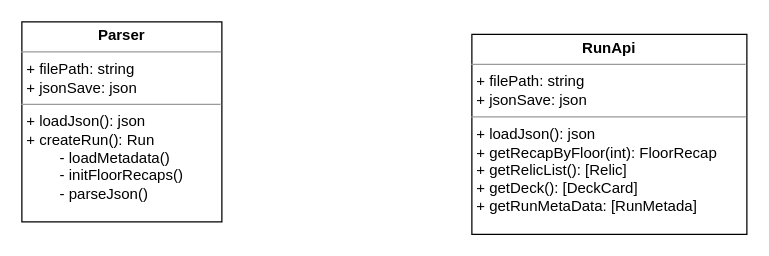
Above: page "Business" (3 of 3) of docs/schema_WiP.drawio in SchOlivier/StsAnalytics (draw.io), before the change. Source tidied: cells renumbered, new cells numbered last; positions are measured from the earlier drawing's top-left corner, leaving out a move shared by most shapes. Both pictures are drawn from the tidied source at 125%, with x=0, y=0 at pixel (21, 21).
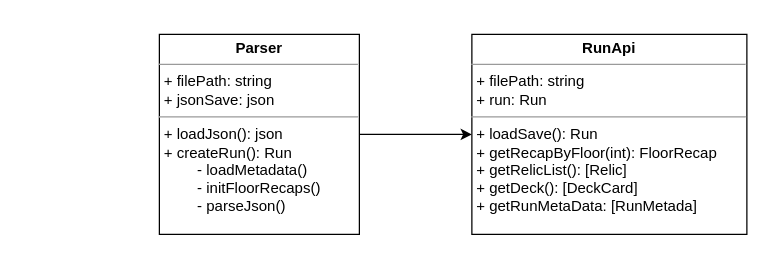
The same diagram, later.

Diff of the diagram source:
```diff
@@
 <mxGraphModel>
   <root>
     <mxCell id="0" />
     <mxCell id="1" parent="0" />
+    <mxCell id="4" style="edgeStyle=orthogonalEdgeStyle;rounded=0;jettySize=auto;html=1;exitX=1;exitY=0.5;exitDx=0;exitDy=0;entryX=0;entryY=0.5;entryDx=0;entryDy=0;" parent="1" edge="1" source="2" target="3">
+      <mxGeometry relative="1" as="geometry" />
+    </mxCell>
     <mxCell id="2" value="&lt;p style=&quot;margin:0px;margin-top:4px;text-align:center;&quot;&gt;&lt;b&gt;Parser&lt;/b&gt;&lt;/p&gt;&lt;hr size=&quot;1&quot;&gt;&lt;p style=&quot;margin:0px;margin-left:4px;&quot;&gt;+ filePath: string&lt;/p&gt;&lt;p style=&quot;margin:0px;margin-left:4px;&quot;&gt;+ jsonSave: json&lt;/p&gt;&lt;hr size=&quot;1&quot;&gt;&lt;p style=&quot;margin:0px;margin-left:4px;&quot;&gt;+ loadJson(): json&lt;/p&gt;&lt;p style=&quot;margin:0px;margin-left:4px;&quot;&gt;+ createRun(): Run&lt;/p&gt;&lt;p style=&quot;margin:0px;margin-left:4px;&quot;&gt;&lt;span style=&quot;white-space: pre;&quot;&gt;&#9;&lt;/span&gt;- loadMetadata()&lt;br&gt;&lt;/p&gt;&lt;p style=&quot;margin:0px;margin-left:4px;&quot;&gt;&lt;span style=&quot;white-space: pre;&quot;&gt;&#9;&lt;/span&gt;- initFloorRecaps()&lt;br&gt;&lt;/p&gt;&lt;p style=&quot;margin:0px;margin-left:4px;&quot;&gt;&lt;span style=&quot;white-space: pre;&quot;&gt;&#9;&lt;/span&gt;- parseJson()&lt;br&gt;&lt;/p&gt;" style="verticalAlign=top;align=left;overflow=fill;fontSize=12;fontFamily=Helvetica;html=1;" parent="1" vertex="1">
-      <mxGeometry width="160" height="160" as="geometry" />
+      <mxGeometry x="110" y="10" width="160" height="160" as="geometry" />
     </mxCell>
-    <mxCell id="3" value="&lt;p style=&quot;margin:0px;margin-top:4px;text-align:center;&quot;&gt;&lt;b&gt;RunApi&lt;/b&gt;&lt;/p&gt;&lt;hr size=&quot;1&quot;&gt;&lt;p style=&quot;margin:0px;margin-left:4px;&quot;&gt;+ filePath: string&lt;/p&gt;&lt;p style=&quot;margin:0px;margin-left:4px;&quot;&gt;+ jsonSave: json&lt;/p&gt;&lt;hr size=&quot;1&quot;&gt;&lt;p style=&quot;margin:0px;margin-left:4px;&quot;&gt;+ loadJson(): json&lt;/p&gt;&lt;p style=&quot;margin:0px;margin-left:4px;&quot;&gt;+ getRecapByFloor(int): FloorRecap&lt;/p&gt;&lt;p style=&quot;margin:0px;margin-left:4px;&quot;&gt;+ getRelicList(): [Relic]&lt;/p&gt;&lt;p style=&quot;margin:0px;margin-left:4px;&quot;&gt;+ getDeck(): [DeckCard]&lt;/p&gt;&lt;p style=&quot;margin:0px;margin-left:4px;&quot;&gt;+ getRunMetaData: [RunMetada]&lt;/p&gt;" style="verticalAlign=top;align=left;overflow=fill;fontSize=12;fontFamily=Helvetica;html=1;" parent="1" vertex="1">
+    <mxCell id="3" value="&lt;p style=&quot;margin:0px;margin-top:4px;text-align:center;&quot;&gt;&lt;b&gt;RunApi&lt;/b&gt;&lt;/p&gt;&lt;hr size=&quot;1&quot;&gt;&lt;p style=&quot;margin:0px;margin-left:4px;&quot;&gt;+ filePath: string&lt;/p&gt;&lt;p style=&quot;margin:0px;margin-left:4px;&quot;&gt;+ run: Run&lt;/p&gt;&lt;hr size=&quot;1&quot;&gt;&lt;p style=&quot;margin:0px;margin-left:4px;&quot;&gt;+ loadSave(): Run&lt;/p&gt;&lt;p style=&quot;margin:0px;margin-left:4px;&quot;&gt;+ getRecapByFloor(int): FloorRecap&lt;/p&gt;&lt;p style=&quot;margin:0px;margin-left:4px;&quot;&gt;+ getRelicList(): [Relic]&lt;/p&gt;&lt;p style=&quot;margin:0px;margin-left:4px;&quot;&gt;+ getDeck(): [DeckCard]&lt;/p&gt;&lt;p style=&quot;margin:0px;margin-left:4px;&quot;&gt;+ getRunMetaData: [RunMetada]&lt;/p&gt;" style="verticalAlign=top;align=left;overflow=fill;fontSize=12;fontFamily=Helvetica;html=1;" parent="1" vertex="1">
       <mxGeometry x="360" y="10" width="220" height="160" as="geometry" />
     </mxCell>
   </root>
 </mxGraphModel>
```
